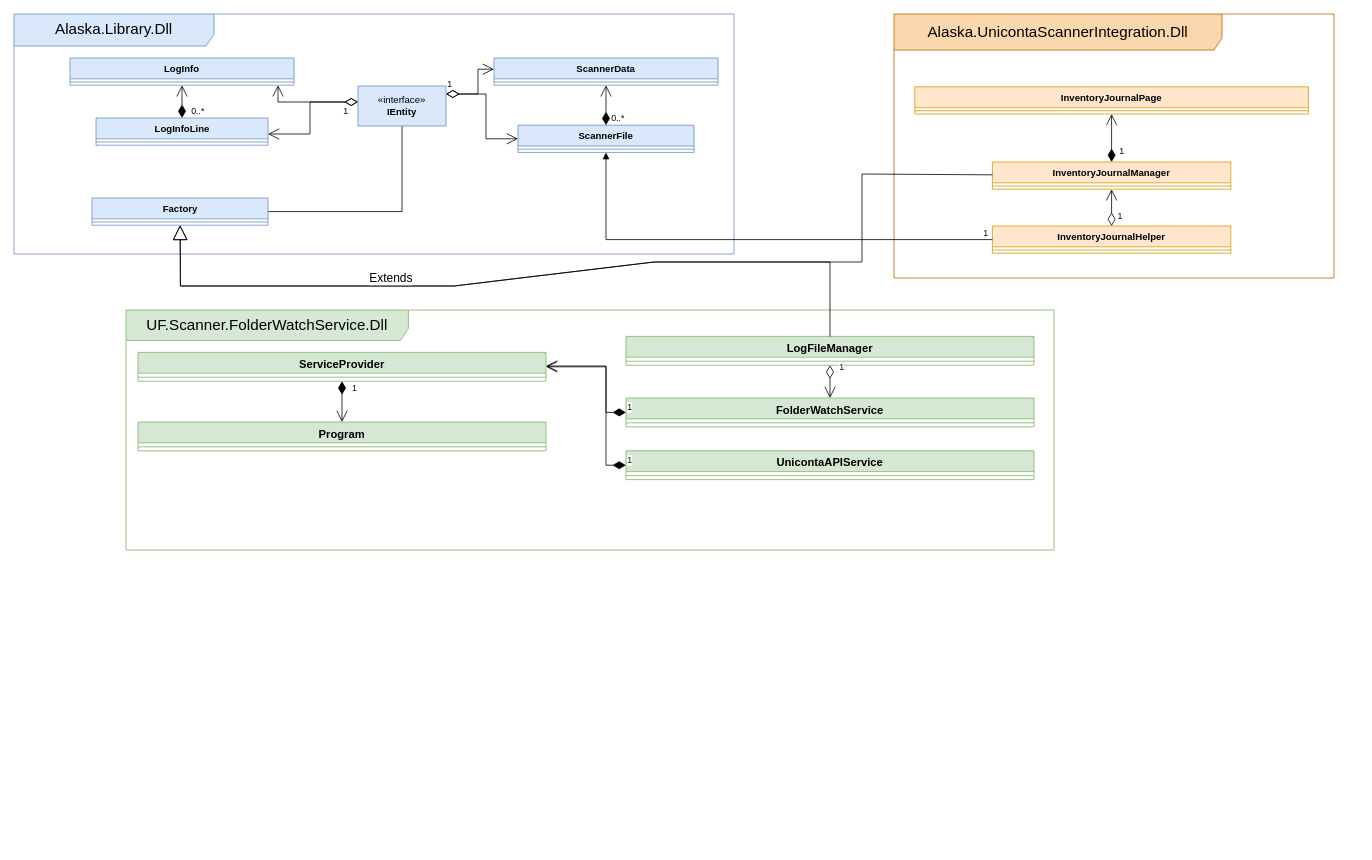
Before: Diagrammer/Domain_Model.drawio in KeanTech/FinalEksame_UncontaIntegration, a draw.io diagram. Source tidied: cells renumbered, new cells numbered last; positions are measured from the earlier drawing's top-left corner, leaving out a move shared by most shapes. Both pictures are drawn from the tidied source at 80%, with x=0, y=0 at pixel (14, 14).
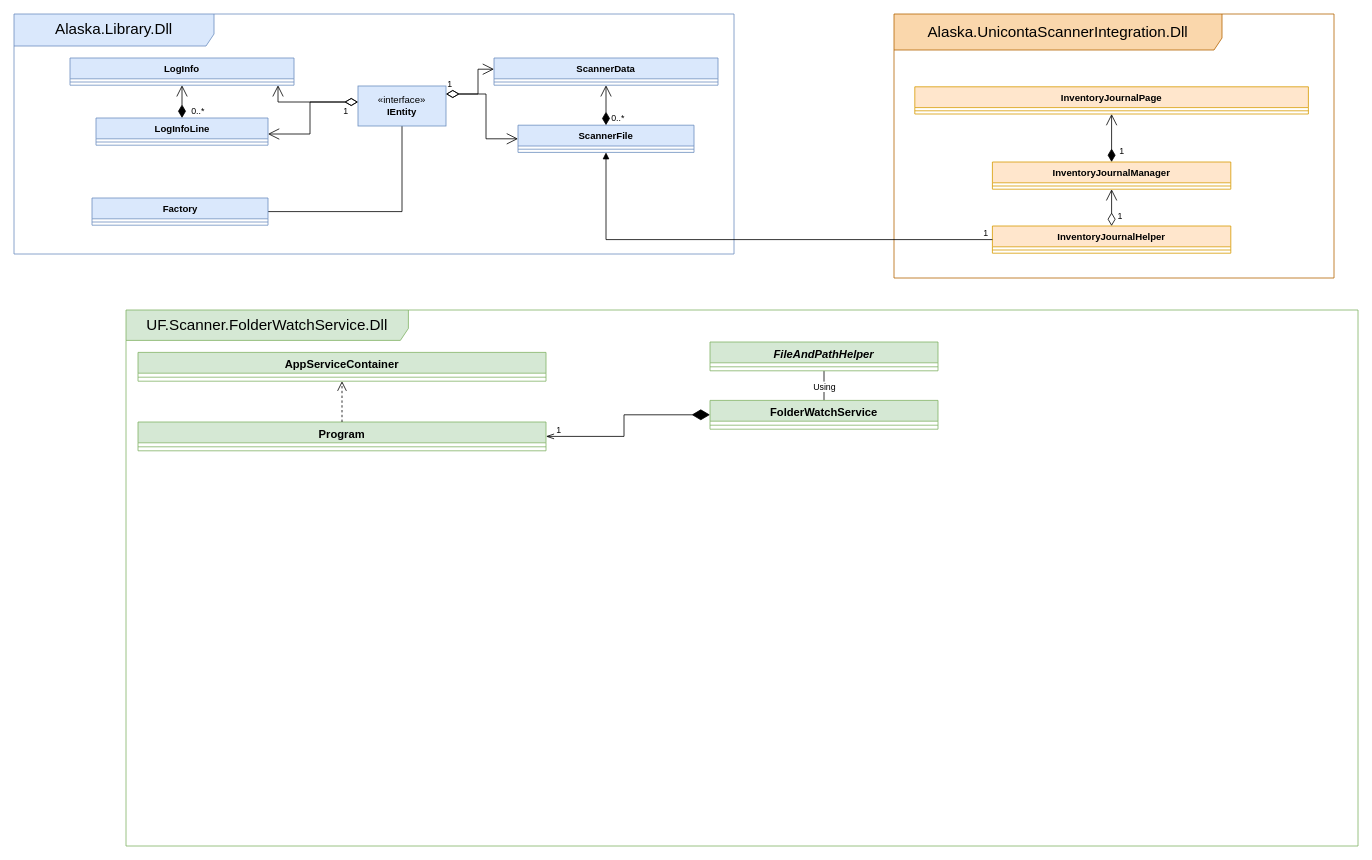
The same page after the edit.

The change refers to these unchanged cells:
```xml
<mxCell id="8" value="Factory" style="swimlane;fontStyle=1;align=center;verticalAlign=top;horizontal=1;startSize=26;whiteSpace=wrap;html=1;fillColor=#dae8fc;strokeColor=#6c8ebf;swimlaneFillColor=default;" parent="1" vertex="1">
  <mxGeometry x="97.5" y="230" width="220" height="34" as="geometry" />
</mxCell>
<mxCell id="23" value="Program" style="swimlane;fontStyle=1;align=center;verticalAlign=top;horizontal=1;startSize=26;whiteSpace=wrap;html=1;swimlaneFillColor=default;fillColor=#d5e8d4;strokeColor=#82b366;fontSize=14;" parent="1" vertex="1">
  <mxGeometry x="155" y="510" width="510" height="36" as="geometry" />
</mxCell>
<mxCell id="38" value="InventoryJournalManager" style="swimlane;fontStyle=1;align=center;verticalAlign=top;horizontal=1;startSize=26;whiteSpace=wrap;html=1;strokeColor=#d79b00;fontFamily=Helvetica;fontSize=12;fillColor=#ffe6cc;swimlaneFillColor=default;" parent="1" vertex="1">
  <mxGeometry x="1223" y="185" width="298" height="34" as="geometry" />
</mxCell>
```

Change to the diagram source:
```diff
@@
     <mxCell id="16" value="UF.Scanner.FolderWatchService.Dll" style="shape=umlFrame;whiteSpace=wrap;html=1;width=353;height=38;swimlaneFillColor=default;fontSize=19;fillColor=#d5e8d4;strokeColor=#82b366;" parent="1" vertex="1">
-      <mxGeometry x="140" y="370" width="1160" height="300" as="geometry" />
+      <mxGeometry x="140" y="370" width="1540" height="670" as="geometry" />
     </mxCell>
+    <mxCell id="49" style="edgeStyle=orthogonalEdgeStyle;rounded=0;jettySize=auto;html=1;endArrow=none;endFill=0;endSize=10;" parent="1" edge="1" source="17" target="54">
+      <mxGeometry relative="1" as="geometry" />
+    </mxCell>
+    <mxCell id="50" value="Using" style="edgeLabel;html=1;align=center;verticalAlign=middle;fontSize=11;fontFamily=Helvetica;fontColor=default;" parent="49" vertex="1">
+      <mxGeometry x="-0.18" relative="1" as="geometry" />
+    </mxCell>
     <mxCell id="17" value="FolderWatchService" style="swimlane;fontStyle=1;align=center;verticalAlign=top;horizontal=1;startSize=26;whiteSpace=wrap;html=1;swimlaneFillColor=default;fillColor=#d5e8d4;strokeColor=#82b366;fontSize=14;" parent="1" vertex="1">
-      <mxGeometry x="765" y="480" width="510" height="36" as="geometry" />
+      <mxGeometry x="870" y="483" width="285" height="36" as="geometry" />
     </mxCell>
     <mxCell id="18" style="line;strokeWidth=1;fillColor=none;align=left;verticalAlign=middle;spacingTop=-1;spacingLeft=3;spacingRight=3;labelPosition=right;strokeColor=inherit;fontSize=14;" parent="17" vertex="1">
-      <mxGeometry y="26" width="510" height="10" as="geometry" />
+      <mxGeometry y="26" width="285" height="10" as="geometry" />
     </mxCell>
-    <mxCell id="19" value="LogFileManager" style="swimlane;fontStyle=1;align=center;verticalAlign=top;horizontal=1;startSize=26;whiteSpace=wrap;html=1;swimlaneFillColor=default;fillColor=#d5e8d4;strokeColor=#82b366;fontSize=14;" parent="1" vertex="1">
-      <mxGeometry x="765" y="403" width="510" height="36" as="geometry" />
-    </mxCell>
-    <mxCell id="20" style="line;strokeWidth=1;fillColor=none;align=left;verticalAlign=middle;spacingTop=-1;spacingLeft=3;spacingRight=3;labelPosition=right;strokeColor=inherit;fontSize=14;" parent="19" vertex="1">
-      <mxGeometry y="26" width="510" height="10" as="geometry" />
-    </mxCell>
-    <mxCell id="21" value="ServiceProvider" style="swimlane;fontStyle=1;align=center;verticalAlign=top;horizontal=1;startSize=26;whiteSpace=wrap;html=1;swimlaneFillColor=default;fillColor=#d5e8d4;strokeColor=#82b366;fontSize=14;" parent="1" vertex="1">
+    <mxCell id="21" value="AppServiceContainer" style="swimlane;fontStyle=1;align=center;verticalAlign=top;horizontal=1;startSize=26;whiteSpace=wrap;html=1;swimlaneFillColor=default;fillColor=#d5e8d4;strokeColor=#82b366;fontSize=14;" parent="1" vertex="1">
       <mxGeometry x="155" y="423" width="510" height="36" as="geometry" />
     </mxCell>
@@
+    <mxCell id="51" style="edgeStyle=orthogonalEdgeStyle;shape=connector;rounded=0;jettySize=auto;html=1;labelBackgroundColor=default;strokeColor=default;align=center;verticalAlign=middle;fontFamily=Helvetica;fontSize=11;fontColor=default;endArrow=diamondThin;endFill=1;endSize=20;startArrow=openThin;startFill=0;startSize=8;" parent="1" edge="1" source="23" target="17">
+      <mxGeometry relative="1" as="geometry" />
+    </mxCell>
+    <mxCell id="52" value="1" style="edgeLabel;html=1;align=center;verticalAlign=middle;fontSize=11;fontFamily=Helvetica;fontColor=default;" parent="51" vertex="1">
+      <mxGeometry x="-0.82" y="1" relative="1" as="geometry">
+        <mxPoint x="-6" y="-8" as="offset" />
+      </mxGeometry>
+    </mxCell>
@@
-    <mxCell id="25" value="UnicontaAPIService" style="swimlane;fontStyle=1;align=center;verticalAlign=top;horizontal=1;startSize=26;whiteSpace=wrap;html=1;swimlaneFillColor=default;fillColor=#d5e8d4;strokeColor=#82b366;fontSize=14;" parent="1" vertex="1">
-      <mxGeometry x="765" y="546" width="510" height="36" as="geometry" />
-    </mxCell>
-    <mxCell id="26" style="line;strokeWidth=1;fillColor=none;align=left;verticalAlign=middle;spacingTop=-1;spacingLeft=3;spacingRight=3;labelPosition=right;strokeColor=inherit;fontSize=14;" parent="25" vertex="1">
-      <mxGeometry y="26" width="510" height="10" as="geometry" />
-    </mxCell>
-    <mxCell id="27" value="1" style="endArrow=open;html=1;endSize=12;startArrow=diamondThin;startSize=14;startFill=1;edgeStyle=orthogonalEdgeStyle;align=left;verticalAlign=bottom;rounded=0;" parent="1" edge="1" source="21" target="23">
-      <mxGeometry x="-0.29" y="11" relative="1" as="geometry" />
-    </mxCell>
-    <mxCell id="28" value="1" style="endArrow=open;html=1;endSize=12;startArrow=diamondThin;startSize=14;startFill=0;edgeStyle=orthogonalEdgeStyle;align=left;verticalAlign=bottom;rounded=0;" parent="1" edge="1" source="19" target="17">
-      <mxGeometry x="-0.41" y="10" relative="1" as="geometry" />
-    </mxCell>
-    <mxCell id="29" value="&lt;font style=&quot;font-size: 15px;&quot;&gt;Extends&lt;/font&gt;" style="endArrow=block;endSize=16;endFill=0;html=1;rounded=0;" parent="1" edge="1" source="19" target="8">
-      <mxGeometry x="0.31" y="-10" relative="1" as="geometry">
-        <Array as="points">
-          <mxPoint x="1020" y="310" />
-          <mxPoint x="800" y="310" />
-          <mxPoint x="550" y="340" />
-          <mxPoint x="208" y="340" />
-          <mxPoint x="208" y="310" />
-        </Array>
-      </mxGeometry>
-    </mxCell>
@@
-    <mxCell id="45" style="endArrow=block;endSize=16;endFill=0;html=1;rounded=0;" parent="1" edge="1" source="38" target="8">
-      <mxGeometry relative="1" as="geometry">
-        <Array as="points">
-          <mxPoint x="1060" y="200" />
-          <mxPoint x="1060" y="310" />
-          <mxPoint x="800" y="310" />
-          <mxPoint x="550" y="340" />
-          <mxPoint x="380" y="340" />
-          <mxPoint x="208" y="340" />
-        </Array>
-      </mxGeometry>
-    </mxCell>
-    <mxCell id="46" value="1" style="endArrow=open;html=1;endSize=12;startArrow=diamondThin;startSize=14;startFill=1;edgeStyle=orthogonalEdgeStyle;align=left;verticalAlign=bottom;rounded=0;" parent="1" edge="1" source="17" target="21">
-      <mxGeometry x="-1" y="3" relative="1" as="geometry">
-        <Array as="points">
-          <mxPoint x="740" y="498" />
-          <mxPoint x="740" y="441" />
-        </Array>
-      </mxGeometry>
-    </mxCell>
-    <mxCell id="47" value="1" style="endArrow=open;html=1;endSize=12;startArrow=diamondThin;startSize=14;startFill=1;edgeStyle=orthogonalEdgeStyle;align=left;verticalAlign=bottom;rounded=0;" parent="1" edge="1" source="25" target="21">
-      <mxGeometry x="-1" y="3" relative="1" as="geometry">
-        <Array as="points">
-          <mxPoint x="740" y="564" />
-          <mxPoint x="740" y="440" />
-        </Array>
-      </mxGeometry>
-    </mxCell>
@@
+    <mxCell id="53" style="edgeStyle=orthogonalEdgeStyle;rounded=0;jettySize=auto;html=1;dashed=1;endArrow=open;endFill=0;startSize=12;endSize=10;" parent="1" edge="1" source="23" target="21">
+      <mxGeometry relative="1" as="geometry">
+        <Array as="points">
+          <mxPoint x="410" y="490" />
+          <mxPoint x="410" y="490" />
+        </Array>
+      </mxGeometry>
+    </mxCell>
+    <mxCell id="54" value="&lt;i&gt;FileAndPathHelper&lt;/i&gt;" style="swimlane;fontStyle=1;align=center;verticalAlign=top;horizontal=1;startSize=26;whiteSpace=wrap;html=1;swimlaneFillColor=default;fillColor=#d5e8d4;strokeColor=#82b366;fontSize=14;" parent="1" vertex="1">
+      <mxGeometry x="870" y="410" width="285" height="36" as="geometry" />
+    </mxCell>
+    <mxCell id="55" style="line;strokeWidth=1;fillColor=none;align=left;verticalAlign=middle;spacingTop=-1;spacingLeft=3;spacingRight=3;labelPosition=right;strokeColor=inherit;fontSize=14;" parent="54" vertex="1">
+      <mxGeometry y="26" width="285" height="10" as="geometry" />
+    </mxCell>
```
